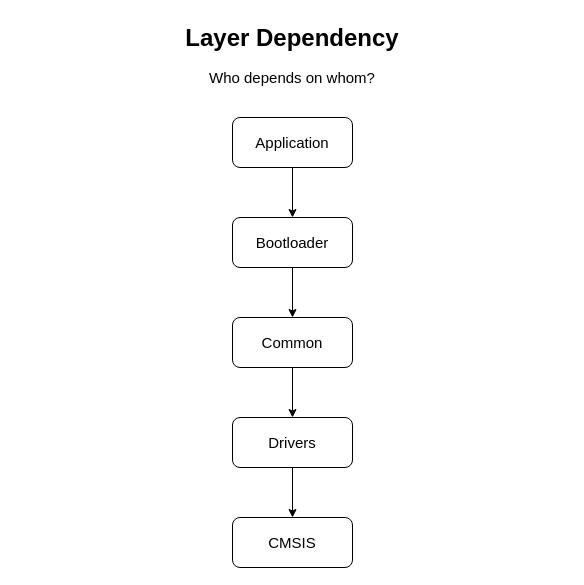
Earlier version of the draw.io diagram page "02 - Layer Dependency" (2 of 9) of docs/Architecture.drawio (brajogopal/HEXBOOT_F0). Source tidied: cells renumbered, new cells numbered last; positions are measured from the earlier drawing's top-left corner, leaving out a move shared by most shapes. Both pictures are drawn from the tidied source at 100%, with x=0, y=0 at pixel (17, 17).
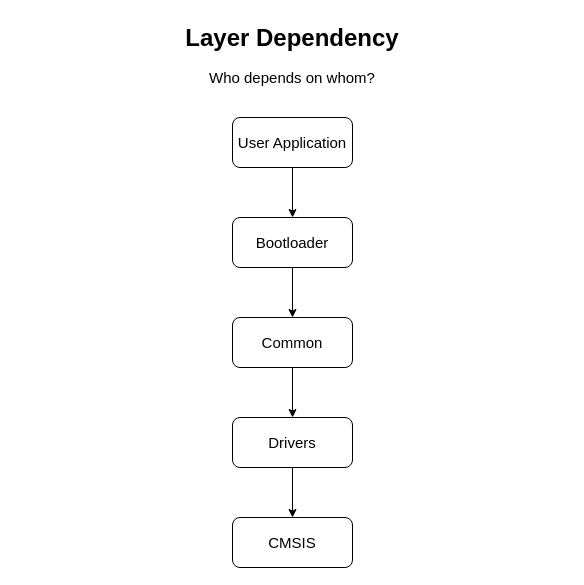
Above is the later version.

Change to the diagram source:
```diff
@@
 <mxGraphModel>
   <root>
     <mxCell id="0" />
     <mxCell id="1" parent="0" />
     <mxCell id="2" value="&lt;h1 style=&quot;margin-top: 0px;&quot;&gt;Layer Dependency&lt;/h1&gt;&lt;p&gt;&lt;font style=&quot;font-size: 15px;&quot;&gt;Who depends on whom?&lt;/font&gt;&lt;/p&gt;" style="text;html=1;whiteSpace=wrap;overflow=hidden;rounded=0;align=center;" parent="1" vertex="1">
       <mxGeometry width="550" height="80" as="geometry" />
     </mxCell>
     <mxCell id="3" style="edgeStyle=orthogonalEdgeStyle;rounded=0;jettySize=auto;html=1;" parent="1" edge="1" source="4" target="6">
       <mxGeometry relative="1" as="geometry" />
     </mxCell>
-    <mxCell id="4" value="&lt;font style=&quot;font-size: 15px;&quot;&gt;Application&lt;/font&gt;" style="rounded=1;whiteSpace=wrap;html=1;" parent="1" vertex="1">
+    <mxCell id="4" value="&lt;font style=&quot;font-size: 15px;&quot;&gt;User Application&lt;/font&gt;" style="rounded=1;whiteSpace=wrap;html=1;" parent="1" vertex="1">
       <mxGeometry x="215" y="100" width="120" height="50" as="geometry" />
     </mxCell>
     <mxCell id="5" style="edgeStyle=orthogonalEdgeStyle;rounded=0;jettySize=auto;html=1;" parent="1" edge="1" source="6" target="8">
       <mxGeometry relative="1" as="geometry" />
     </mxCell>
     <mxCell id="6" value="&lt;font style=&quot;font-size: 15px;&quot;&gt;Bootloader&lt;/font&gt;" style="rounded=1;whiteSpace=wrap;html=1;" parent="1" vertex="1">
       <mxGeometry x="215" y="200" width="120" height="50" as="geometry" />
     </mxCell>
     <mxCell id="7" style="edgeStyle=orthogonalEdgeStyle;rounded=0;jettySize=auto;html=1;" parent="1" edge="1" source="8" target="10">
       <mxGeometry relative="1" as="geometry" />
     </mxCell>
     <mxCell id="8" value="&lt;font style=&quot;font-size: 15px;&quot;&gt;Common&lt;/font&gt;" style="rounded=1;whiteSpace=wrap;html=1;" parent="1" vertex="1">
       <mxGeometry x="215" y="300" width="120" height="50" as="geometry" />
     </mxCell>
     <mxCell id="9" style="edgeStyle=orthogonalEdgeStyle;rounded=0;jettySize=auto;html=1;" parent="1" edge="1" source="10" target="11">
       <mxGeometry relative="1" as="geometry" />
     </mxCell>
     <mxCell id="10" value="&lt;font style=&quot;font-size: 15px;&quot;&gt;Drivers&lt;/font&gt;" style="rounded=1;whiteSpace=wrap;html=1;" parent="1" vertex="1">
       <mxGeometry x="215" y="400" width="120" height="50" as="geometry" />
     </mxCell>
     <mxCell id="11" value="&lt;font style=&quot;font-size: 15px;&quot;&gt;CMSIS&lt;/font&gt;" style="rounded=1;whiteSpace=wrap;html=1;" parent="1" vertex="1">
       <mxGeometry x="215" y="500" width="120" height="50" as="geometry" />
     </mxCell>
   </root>
 </mxGraphModel>
```
